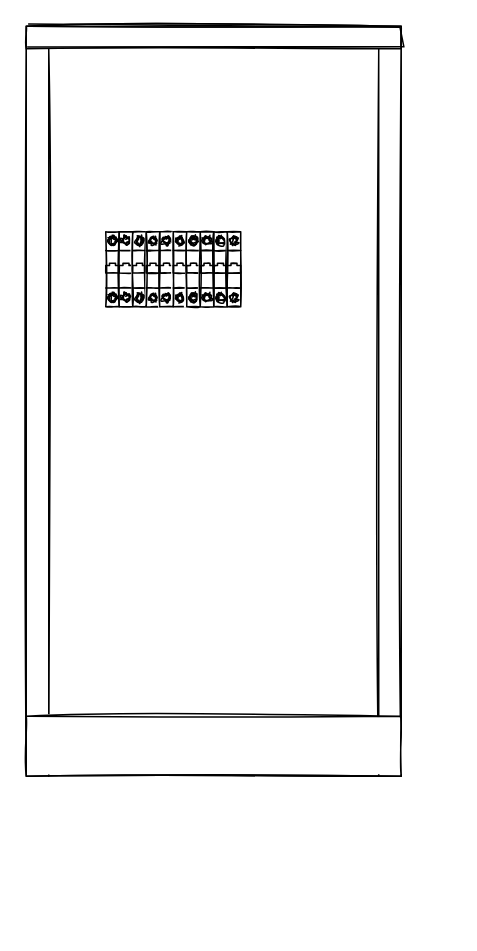
The draw.io diagram rozdzielnica/Untitled Diagram.drawio in MateuszStank/draw.io, before the edit. Source tidied: cells renumbered, new cells numbered last; positions are measured from the earlier drawing's top-left corner, leaving out a move shared by most shapes. Both pictures are drawn from the tidied source at 150%, with x=0, y=0 at pixel (26, 26).
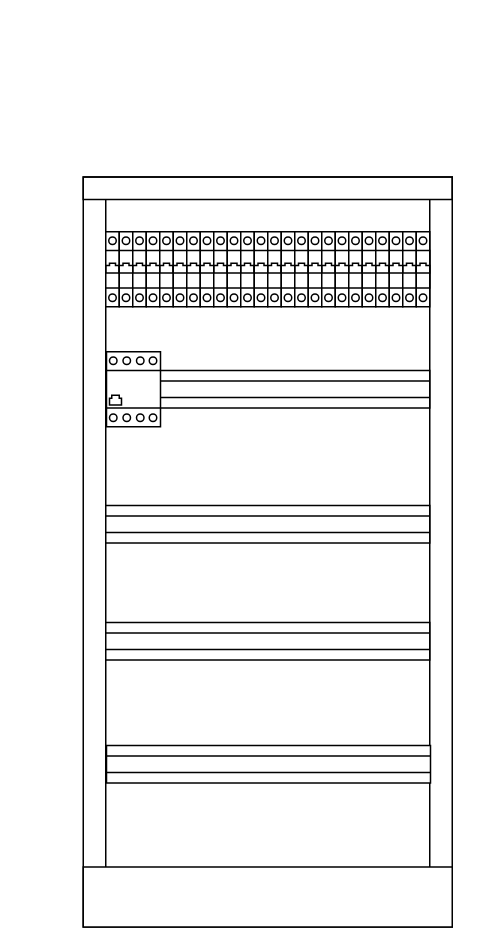
The same page after the edit.

Change to the diagram source:
```diff
@@
-    <mxCell id="2" style="verticalLabelPosition=bottom;dashed=0;shadow=0;html=1;align=center;verticalAlign=top;shape=mxgraph.cabinets.cabinet;hasStand=1;sketch=1;hachureGap=4;fontFamily=Architects Daughter;fontSize=20;" parent="1" vertex="1">
-      <mxGeometry width="250" height="500" as="geometry" />
+    <mxCell id="2" style="verticalLabelPosition=bottom;dashed=0;shadow=0;html=1;align=center;verticalAlign=top;shape=mxgraph.cabinets.cabinet;hasStand=1;hachureGap=4;fontFamily=Architects Daughter;fontSize=20;" parent="1" vertex="1">
+      <mxGeometry x="38" y="100.5" width="246" height="500" as="geometry" />
     </mxCell>
+    <mxCell id="13" style="verticalLabelPosition=bottom;dashed=0;shadow=0;html=1;align=center;verticalAlign=top;shape=mxgraph.cabinets.din_rail;" parent="1" vertex="1">
+      <mxGeometry x="53" y="149.5" width="216" height="25" as="geometry" />
+    </mxCell>
-    <mxCell id="3" style="verticalLabelPosition=bottom;dashed=0;shadow=0;html=1;align=center;verticalAlign=top;shape=mxgraph.cabinets.cb_1p;sketch=1;hachureGap=4;fontFamily=Architects Daughter;fontSize=20;" parent="1" vertex="1">
+    <mxCell id="3" style="verticalLabelPosition=bottom;dashed=0;shadow=0;html=1;align=center;verticalAlign=top;shape=mxgraph.cabinets.cb_1p;hachureGap=4;fontFamily=Architects Daughter;fontSize=20;" parent="1" vertex="1">
       <mxGeometry x="53" y="137" width="9" height="50" as="geometry" />
     </mxCell>
-    <mxCell id="4" style="verticalLabelPosition=bottom;dashed=0;shadow=0;html=1;align=center;verticalAlign=top;shape=mxgraph.cabinets.cb_1p;sketch=1;hachureGap=4;fontFamily=Architects Daughter;fontSize=20;" parent="1" vertex="1">
+    <mxCell id="4" style="verticalLabelPosition=bottom;dashed=0;shadow=0;html=1;align=center;verticalAlign=top;shape=mxgraph.cabinets.cb_1p;hachureGap=4;fontFamily=Architects Daughter;fontSize=20;" parent="1" vertex="1">
       <mxGeometry x="62" y="137" width="9" height="50" as="geometry" />
     </mxCell>
-    <mxCell id="5" style="verticalLabelPosition=bottom;dashed=0;shadow=0;html=1;align=center;verticalAlign=top;shape=mxgraph.cabinets.cb_1p;sketch=1;hachureGap=4;fontFamily=Architects Daughter;fontSize=20;" parent="1" vertex="1">
+    <mxCell id="5" style="verticalLabelPosition=bottom;dashed=0;shadow=0;html=1;align=center;verticalAlign=top;shape=mxgraph.cabinets.cb_1p;hachureGap=4;fontFamily=Architects Daughter;fontSize=20;" parent="1" vertex="1">
       <mxGeometry x="71" y="137" width="9" height="50" as="geometry" />
     </mxCell>
-    <mxCell id="6" style="verticalLabelPosition=bottom;dashed=0;shadow=0;html=1;align=center;verticalAlign=top;shape=mxgraph.cabinets.cb_1p;sketch=1;hachureGap=4;fontFamily=Architects Daughter;fontSize=20;" parent="1" vertex="1">
+    <mxCell id="6" style="verticalLabelPosition=bottom;dashed=0;shadow=0;html=1;align=center;verticalAlign=top;shape=mxgraph.cabinets.cb_1p;hachureGap=4;fontFamily=Architects Daughter;fontSize=20;" parent="1" vertex="1">
       <mxGeometry x="80" y="137" width="9" height="50" as="geometry" />
     </mxCell>
-    <mxCell id="7" style="verticalLabelPosition=bottom;dashed=0;shadow=0;html=1;align=center;verticalAlign=top;shape=mxgraph.cabinets.cb_1p;sketch=1;hachureGap=4;fontFamily=Architects Daughter;fontSize=20;" parent="1" vertex="1">
+    <mxCell id="7" style="verticalLabelPosition=bottom;dashed=0;shadow=0;html=1;align=center;verticalAlign=top;shape=mxgraph.cabinets.cb_1p;hachureGap=4;fontFamily=Architects Daughter;fontSize=20;" parent="1" vertex="1">
       <mxGeometry x="89" y="137" width="9" height="50" as="geometry" />
     </mxCell>
-    <mxCell id="8" style="verticalLabelPosition=bottom;dashed=0;shadow=0;html=1;align=center;verticalAlign=top;shape=mxgraph.cabinets.cb_1p;sketch=1;hachureGap=4;fontFamily=Architects Daughter;fontSize=20;" parent="1" vertex="1">
+    <mxCell id="8" style="verticalLabelPosition=bottom;dashed=0;shadow=0;html=1;align=center;verticalAlign=top;shape=mxgraph.cabinets.cb_1p;hachureGap=4;fontFamily=Architects Daughter;fontSize=20;" parent="1" vertex="1">
       <mxGeometry x="98" y="137" width="9" height="50" as="geometry" />
     </mxCell>
-    <mxCell id="9" style="verticalLabelPosition=bottom;dashed=0;shadow=0;html=1;align=center;verticalAlign=top;shape=mxgraph.cabinets.cb_1p;sketch=1;hachureGap=4;fontFamily=Architects Daughter;fontSize=20;" parent="1" vertex="1">
+    <mxCell id="9" style="verticalLabelPosition=bottom;dashed=0;shadow=0;html=1;align=center;verticalAlign=top;shape=mxgraph.cabinets.cb_1p;hachureGap=4;fontFamily=Architects Daughter;fontSize=20;" parent="1" vertex="1">
       <mxGeometry x="107" y="137" width="9" height="50" as="geometry" />
     </mxCell>
-    <mxCell id="10" style="verticalLabelPosition=bottom;dashed=0;shadow=0;html=1;align=center;verticalAlign=top;shape=mxgraph.cabinets.cb_1p;sketch=1;hachureGap=4;fontFamily=Architects Daughter;fontSize=20;" parent="1" vertex="1">
+    <mxCell id="10" style="verticalLabelPosition=bottom;dashed=0;shadow=0;html=1;align=center;verticalAlign=top;shape=mxgraph.cabinets.cb_1p;hachureGap=4;fontFamily=Architects Daughter;fontSize=20;" parent="1" vertex="1">
       <mxGeometry x="116" y="137" width="9" height="50" as="geometry" />
     </mxCell>
-    <mxCell id="11" style="verticalLabelPosition=bottom;dashed=0;shadow=0;html=1;align=center;verticalAlign=top;shape=mxgraph.cabinets.cb_1p;sketch=1;hachureGap=4;fontFamily=Architects Daughter;fontSize=20;" parent="1" vertex="1">
+    <mxCell id="11" style="verticalLabelPosition=bottom;dashed=0;shadow=0;html=1;align=center;verticalAlign=top;shape=mxgraph.cabinets.cb_1p;hachureGap=4;fontFamily=Architects Daughter;fontSize=20;" parent="1" vertex="1">
       <mxGeometry x="125" y="137" width="9" height="50" as="geometry" />
     </mxCell>
-    <mxCell id="12" style="verticalLabelPosition=bottom;dashed=0;shadow=0;html=1;align=center;verticalAlign=top;shape=mxgraph.cabinets.cb_1p;sketch=1;hachureGap=4;fontFamily=Architects Daughter;fontSize=20;" parent="1" vertex="1">
+    <mxCell id="12" style="verticalLabelPosition=bottom;dashed=0;shadow=0;html=1;align=center;verticalAlign=top;shape=mxgraph.cabinets.cb_1p;hachureGap=4;fontFamily=Architects Daughter;fontSize=20;" parent="1" vertex="1">
       <mxGeometry x="134" y="137" width="9" height="50" as="geometry" />
     </mxCell>
+    <mxCell id="14" style="verticalLabelPosition=bottom;dashed=0;shadow=0;html=1;align=center;verticalAlign=top;shape=mxgraph.cabinets.cb_1p;hachureGap=4;fontFamily=Architects Daughter;fontSize=20;" parent="1" vertex="1">
+      <mxGeometry x="143" y="137" width="9" height="50" as="geometry" />
+    </mxCell>
+    <mxCell id="15" style="verticalLabelPosition=bottom;dashed=0;shadow=0;html=1;align=center;verticalAlign=top;shape=mxgraph.cabinets.cb_1p;hachureGap=4;fontFamily=Architects Daughter;fontSize=20;" parent="1" vertex="1">
+      <mxGeometry x="152" y="137" width="9" height="50" as="geometry" />
+    </mxCell>
+    <mxCell id="16" style="verticalLabelPosition=bottom;dashed=0;shadow=0;html=1;align=center;verticalAlign=top;shape=mxgraph.cabinets.cb_1p;hachureGap=4;fontFamily=Architects Daughter;fontSize=20;" parent="1" vertex="1">
+      <mxGeometry x="161" y="137" width="9" height="50" as="geometry" />
+    </mxCell>
+    <mxCell id="17" style="verticalLabelPosition=bottom;dashed=0;shadow=0;html=1;align=center;verticalAlign=top;shape=mxgraph.cabinets.cb_1p;hachureGap=4;fontFamily=Architects Daughter;fontSize=20;" parent="1" vertex="1">
+      <mxGeometry x="170" y="137" width="9" height="50" as="geometry" />
+    </mxCell>
+    <mxCell id="18" style="verticalLabelPosition=bottom;dashed=0;shadow=0;html=1;align=center;verticalAlign=top;shape=mxgraph.cabinets.cb_1p;hachureGap=4;fontFamily=Architects Daughter;fontSize=20;" parent="1" vertex="1">
+      <mxGeometry x="179" y="137" width="9" height="50" as="geometry" />
+    </mxCell>
+    <mxCell id="19" style="verticalLabelPosition=bottom;dashed=0;shadow=0;html=1;align=center;verticalAlign=top;shape=mxgraph.cabinets.cb_1p;hachureGap=4;fontFamily=Architects Daughter;fontSize=20;" parent="1" vertex="1">
+      <mxGeometry x="188" y="137" width="9" height="50" as="geometry" />
+    </mxCell>
+    <mxCell id="20" style="verticalLabelPosition=bottom;dashed=0;shadow=0;html=1;align=center;verticalAlign=top;shape=mxgraph.cabinets.cb_1p;hachureGap=4;fontFamily=Architects Daughter;fontSize=20;" parent="1" vertex="1">
+      <mxGeometry x="197" y="137" width="9" height="50" as="geometry" />
+    </mxCell>
+    <mxCell id="21" style="verticalLabelPosition=bottom;dashed=0;shadow=0;html=1;align=center;verticalAlign=top;shape=mxgraph.cabinets.cb_1p;hachureGap=4;fontFamily=Architects Daughter;fontSize=20;" parent="1" vertex="1">
+      <mxGeometry x="206" y="137" width="9" height="50" as="geometry" />
+    </mxCell>
+    <mxCell id="22" style="verticalLabelPosition=bottom;dashed=0;shadow=0;html=1;align=center;verticalAlign=top;shape=mxgraph.cabinets.cb_1p;hachureGap=4;fontFamily=Architects Daughter;fontSize=20;" parent="1" vertex="1">
+      <mxGeometry x="215" y="137" width="9" height="50" as="geometry" />
+    </mxCell>
+    <mxCell id="23" style="verticalLabelPosition=bottom;dashed=0;shadow=0;html=1;align=center;verticalAlign=top;shape=mxgraph.cabinets.cb_1p;hachureGap=4;fontFamily=Architects Daughter;fontSize=20;" parent="1" vertex="1">
+      <mxGeometry x="224" y="137" width="9" height="50" as="geometry" />
+    </mxCell>
+    <mxCell id="24" style="verticalLabelPosition=bottom;dashed=0;shadow=0;html=1;align=center;verticalAlign=top;shape=mxgraph.cabinets.cb_1p;hachureGap=4;fontFamily=Architects Daughter;fontSize=20;" parent="1" vertex="1">
+      <mxGeometry x="233" y="137" width="9" height="50" as="geometry" />
+    </mxCell>
+    <mxCell id="25" style="verticalLabelPosition=bottom;dashed=0;shadow=0;html=1;align=center;verticalAlign=top;shape=mxgraph.cabinets.cb_1p;hachureGap=4;fontFamily=Architects Daughter;fontSize=20;" parent="1" vertex="1">
+      <mxGeometry x="242" y="137" width="9" height="50" as="geometry" />
+    </mxCell>
+    <mxCell id="26" style="verticalLabelPosition=bottom;dashed=0;shadow=0;html=1;align=center;verticalAlign=top;shape=mxgraph.cabinets.cb_1p;hachureGap=4;fontFamily=Architects Daughter;fontSize=20;" parent="1" vertex="1">
+      <mxGeometry x="251" y="137" width="9" height="50" as="geometry" />
+    </mxCell>
+    <mxCell id="27" style="verticalLabelPosition=bottom;dashed=0;shadow=0;html=1;align=center;verticalAlign=top;shape=mxgraph.cabinets.cb_1p;hachureGap=4;fontFamily=Architects Daughter;fontSize=20;" parent="1" vertex="1">
+      <mxGeometry x="260" y="137" width="9" height="50" as="geometry" />
+    </mxCell>
+    <mxCell id="28" style="verticalLabelPosition=bottom;dashed=0;shadow=0;html=1;align=center;verticalAlign=top;shape=mxgraph.cabinets.din_rail;" parent="1" vertex="1">
+      <mxGeometry x="53" y="229.5" width="216" height="25" as="geometry" />
+    </mxCell>
+    <mxCell id="29" style="verticalLabelPosition=bottom;dashed=0;shadow=0;html=1;align=center;verticalAlign=top;shape=mxgraph.cabinets.din_rail;" parent="1" vertex="1">
+      <mxGeometry x="53" y="319.5" width="216" height="25" as="geometry" />
+    </mxCell>
+    <mxCell id="30" style="verticalLabelPosition=bottom;dashed=0;shadow=0;html=1;align=center;verticalAlign=top;shape=mxgraph.cabinets.din_rail;" parent="1" vertex="1">
+      <mxGeometry x="53" y="397.5" width="216" height="25" as="geometry" />
+    </mxCell>
+    <mxCell id="31" style="verticalLabelPosition=bottom;dashed=0;shadow=0;html=1;align=center;verticalAlign=top;shape=mxgraph.cabinets.din_rail;" parent="1" vertex="1">
+      <mxGeometry x="53.5" y="479.5" width="216" height="25" as="geometry" />
+    </mxCell>
+    <mxCell id="32" style="verticalLabelPosition=bottom;dashed=0;shadow=0;html=1;align=center;verticalAlign=top;shape=mxgraph.cabinets.residual_current_device_4p;" parent="1" vertex="1">
+      <mxGeometry x="53.5" y="217" width="36" height="50" as="geometry" />
+    </mxCell>
```
